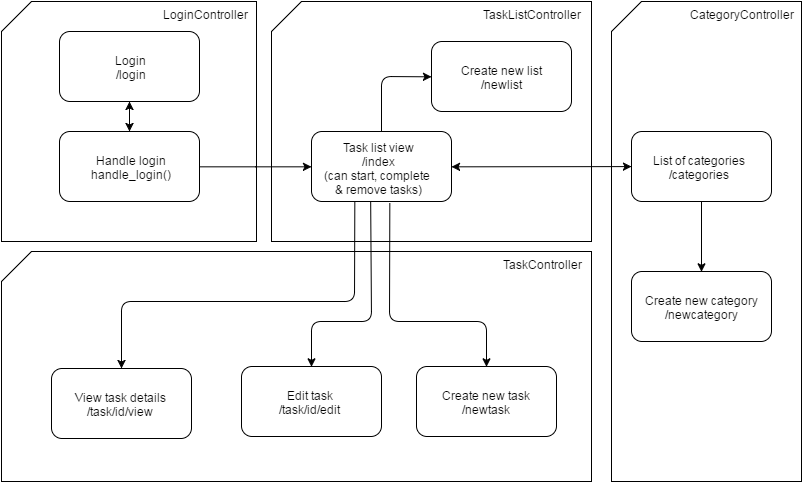
The draw.io diagram doc/components.png in lopossumi/Tsoha-Bootstrap, before a commit. Source tidied: cells renumbered, new cells last; positions are measured from the earlier drawing's top-left corner, leaving out a move shared by most shapes.
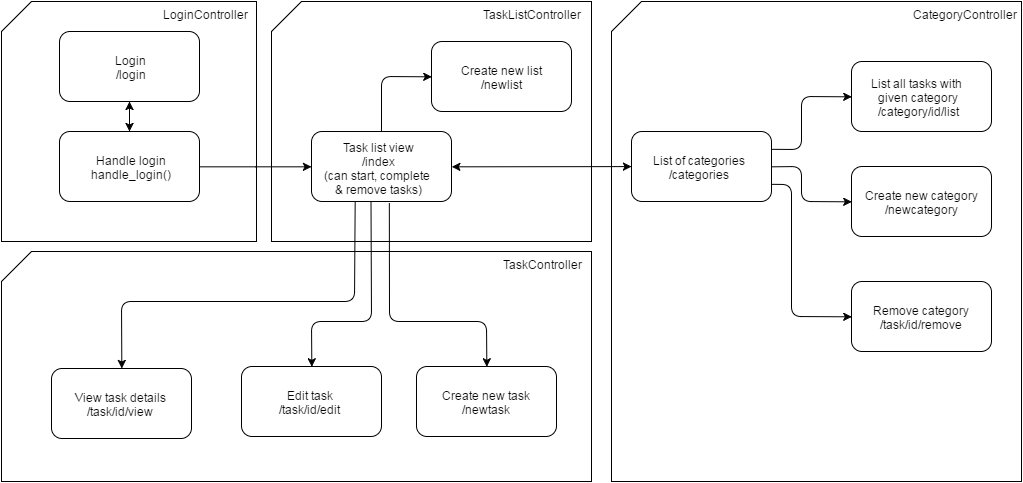
Later version of the same file.

Change to the diagram source:
```diff
@@ -6,7 +6,7 @@
       <mxGeometry x="270" width="320" height="240" as="geometry" />
     </mxCell>
     <mxCell id="3" value="&lt;div style=&quot;text-align: left&quot;&gt;&lt;br&gt;&lt;/div&gt;" style="shape=card;whiteSpace=wrap;html=1;" parent="1" vertex="1">
-      <mxGeometry x="610" width="190" height="480" as="geometry" />
+      <mxGeometry x="610" width="410" height="480" as="geometry" />
     </mxCell>
     <mxCell id="4" value="&lt;div style=&quot;text-align: left&quot;&gt;&lt;br&gt;&lt;/div&gt;" style="shape=card;whiteSpace=wrap;html=1;" parent="1" vertex="1">
       <mxGeometry y="250" width="590" height="230" as="geometry" />
@@ -24,7 +24,7 @@
       <mxGeometry x="415" y="365" width="140" height="70" as="geometry" />
     </mxCell>
     <mxCell id="9" value="&lt;div&gt;&lt;span&gt;Create new category&lt;/span&gt;&lt;/div&gt;&lt;div&gt;&lt;span&gt;/newcategory&lt;/span&gt;&lt;br&gt;&lt;/div&gt;" style="rounded=1;fillColor=#FFFFFF;html=1;" parent="1" vertex="1">
-      <mxGeometry x="630" y="270" width="140" height="70" as="geometry" />
+      <mxGeometry x="850" y="165" width="140" height="70" as="geometry" />
     </mxCell>
     <mxCell id="10" value="&lt;div&gt;&lt;span&gt;Edit task&lt;/span&gt;&lt;/div&gt;&lt;div&gt;&lt;span&gt;/task/id/edit&lt;/span&gt;&lt;br&gt;&lt;/div&gt;" style="rounded=1;fillColor=#FFFFFF;html=1;" parent="1" vertex="1">
       <mxGeometry x="240" y="365" width="140" height="70" as="geometry" />
@@ -78,7 +78,7 @@
       <mxGeometry x="500" y="250" width="110" height="30" as="geometry" />
     </mxCell>
     <mxCell id="22" value="&lt;span style=&quot;color: rgb(0 , 0 , 0) ; font-family: &amp;#34;helvetica&amp;#34; ; font-size: 12px ; font-style: normal ; font-weight: normal ; letter-spacing: normal ; text-align: left ; text-indent: 0px ; text-transform: none ; white-space: normal ; word-spacing: 0px ; background-color: rgb(255 , 255 , 255) ; display: inline ; float: none&quot;&gt;CategoryController&lt;/span&gt;" style="text;html=1;" parent="1" vertex="1">
-      <mxGeometry x="687" width="110" height="30" as="geometry" />
+      <mxGeometry x="910" width="110" height="30" as="geometry" />
     </mxCell>
     <mxCell id="23" style="endArrow=classic;html=1;entryX=0;entryY=0.5;" parent="1" edge="1" source="7" target="24">
       <mxGeometry relative="1" as="geometry">
@@ -93,8 +93,35 @@
     <mxCell id="25" value="&lt;span style=&quot;color: rgb(0 , 0 , 0) ; font-family: &amp;#34;helvetica&amp;#34; ; font-size: 12px ; font-style: normal ; font-weight: normal ; letter-spacing: normal ; text-align: left ; text-indent: 0px ; text-transform: none ; white-space: normal ; word-spacing: 0px ; background-color: rgb(255 , 255 , 255) ; display: inline ; float: none&quot;&gt;TaskListController&lt;/span&gt;" style="text;html=1;" parent="1" vertex="1">
       <mxGeometry x="480" width="110" height="30" as="geometry" />
     </mxCell>
-    <mxCell id="26" style="endArrow=classic;html=1;exitX=0.5;exitY=1;entryX=0.5;entryY=0;" parent="1" edge="1" source="19" target="9">
-      <mxGeometry relative="1" as="geometry" />
+    <mxCell id="26" style="endArrow=classic;html=1;entryX=0;entryY=0.5;exitX=1;exitY=0.25;" parent="1" edge="1" source="19" target="28">
+      <mxGeometry relative="1" as="geometry">
+        <Array as="points">
+          <mxPoint x="800" y="148" />
+          <mxPoint x="800" y="95" />
+        </Array>
+      </mxGeometry>
     </mxCell>
+    <mxCell id="27" value="&lt;div&gt;&lt;span&gt;Remove category&lt;/span&gt;&lt;/div&gt;&lt;div&gt;&lt;span&gt;/task/id/remove&lt;/span&gt;&lt;br&gt;&lt;/div&gt;" style="rounded=1;fillColor=#FFFFFF;html=1;" parent="1" vertex="1">
+      <mxGeometry x="850" y="280" width="140" height="70" as="geometry" />
+    </mxCell>
+    <mxCell id="28" value="&lt;div&gt;&lt;span&gt;List all tasks with&amp;nbsp;&lt;/span&gt;&lt;/div&gt;&lt;div&gt;&lt;span&gt;given category&lt;/span&gt;&lt;/div&gt;&lt;div&gt;&lt;span&gt;/category/id/list&lt;/span&gt;&lt;br&gt;&lt;/div&gt;" style="rounded=1;fillColor=#FFFFFF;html=1;" parent="1" vertex="1">
+      <mxGeometry x="850" y="60" width="140" height="70" as="geometry" />
+    </mxCell>
+    <mxCell id="29" style="endArrow=classic;html=1;entryX=0;entryY=0.5;exitX=1;exitY=0.5;" parent="1" edge="1" source="19" target="9">
+      <mxGeometry x="810.3" y="-25" as="geometry">
+        <Array as="points">
+          <mxPoint x="800" y="165" />
+          <mxPoint x="800" y="200" />
+        </Array>
+      </mxGeometry>
+    </mxCell>
+    <mxCell id="30" style="endArrow=classic;html=1;entryX=0;entryY=0.5;exitX=1;exitY=0.75;" parent="1" edge="1" source="19" target="27">
+      <mxGeometry x="820.3" y="-15" as="geometry">
+        <Array as="points">
+          <mxPoint x="790" y="183" />
+          <mxPoint x="790" y="315" />
+        </Array>
+      </mxGeometry>
+    </mxCell>
   </root>
 </mxGraphModel>
```
